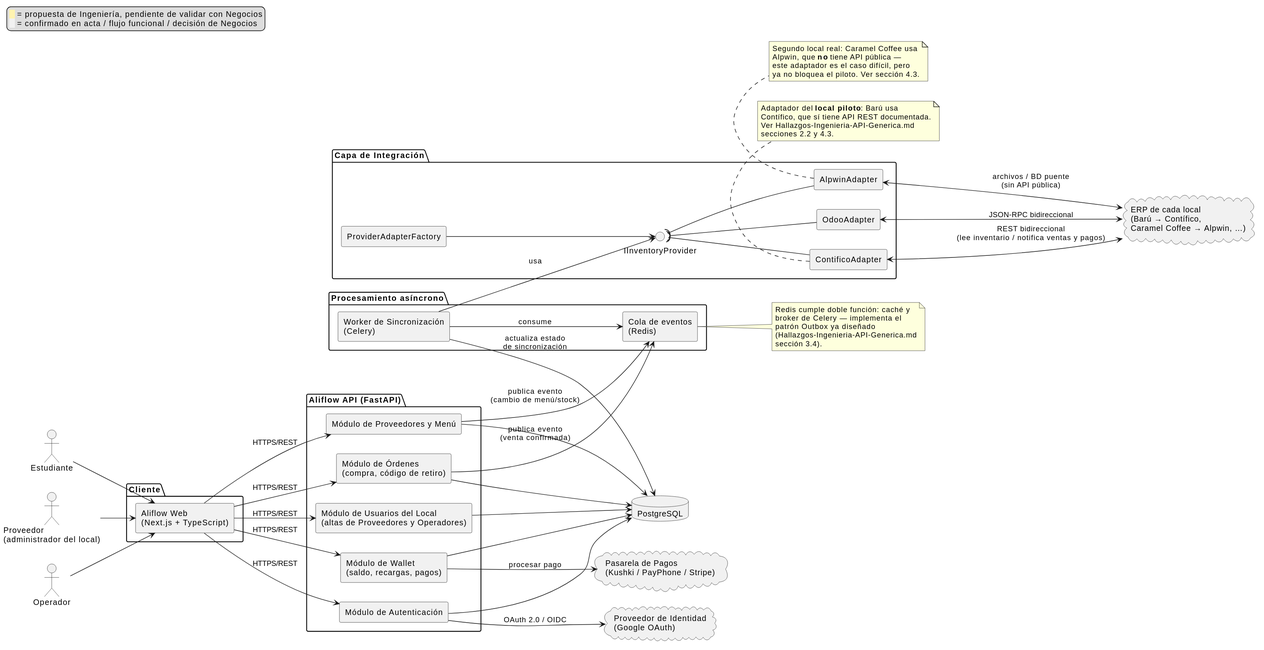
This is uml/diagrama-componentes.svg from Jesus-JB/aliflow, a PlantUML export, as it was before one commit.
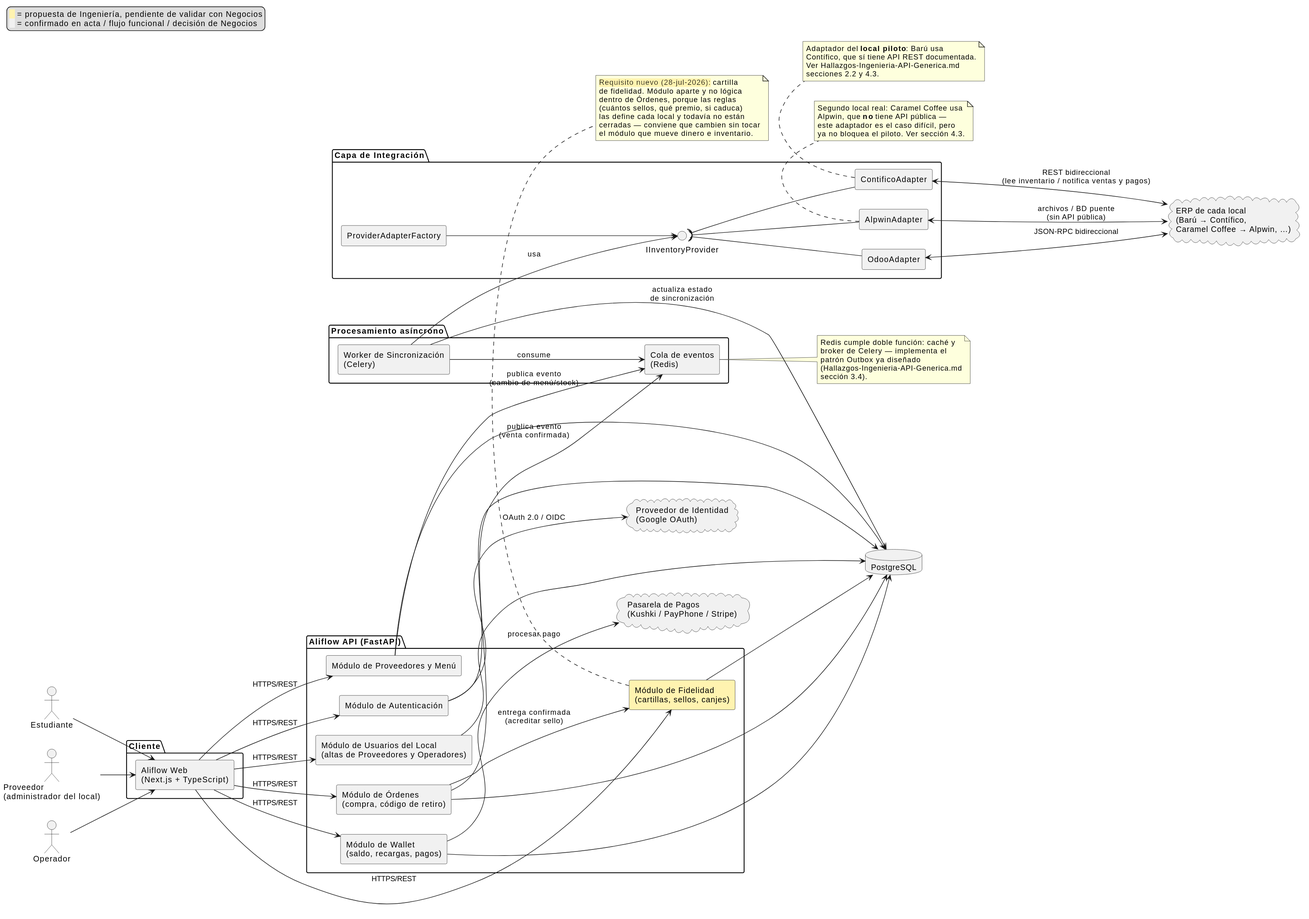
Later version of the same file.

Diff of the diagram source:
```diff
@@ -21,6 +21,7 @@
   [Módulo de Órdenes\n(compra, código de retiro)] as ORDERS
   [Módulo de Proveedores y Menú] as PROVMOD
   [Módulo de Usuarios del Local\n(altas de Proveedores y Operadores)] as USERMOD
+  [Módulo de Fidelidad\n(cartillas, sellos, canjes)] as LOYALTY #FFF3B0
 }
 
 package "Capa de Integración" {
@@ -56,6 +57,7 @@
 WEB --> ORDERS : HTTPS/REST
 WEB --> PROVMOD : HTTPS/REST
 WEB --> USERMOD : HTTPS/REST
+WEB --> LOYALTY : HTTPS/REST
 
 AUTH --> IDP : OAuth 2.0 / OIDC
 WALLET --> PAY : procesar pago
@@ -65,7 +67,9 @@
 ORDERS --> DB
 PROVMOD --> DB
 USERMOD --> DB
+LOYALTY --> DB
 
+ORDERS --> LOYALTY : entrega confirmada\n(acreditar sello)
 ORDERS --> QUEUE : publica evento\n(venta confirmada)
 PROVMOD --> QUEUE : publica evento\n(cambio de menú/stock)
 
@@ -91,6 +95,16 @@
   ya no bloquea el piloto. Ver sección 4.3.
 end note
 
+note bottom of LOYALTY
+  <back:#FFF3B0>Requisito nuevo (28-jul-2026):</back> cartilla
+  de fidelidad. Módulo aparte y no lógica
+  dentro de Órdenes, porque las reglas
+  (cuántos sellos, qué premio, si caduca)
+  las define cada local y todavía no están
+  cerradas — conviene que cambien sin tocar
+  el módulo que mueve dinero e inventario.
+end note
+
 note right of QUEUE
   Redis cumple doble función: caché y
   broker de Celery — implementa el
```
